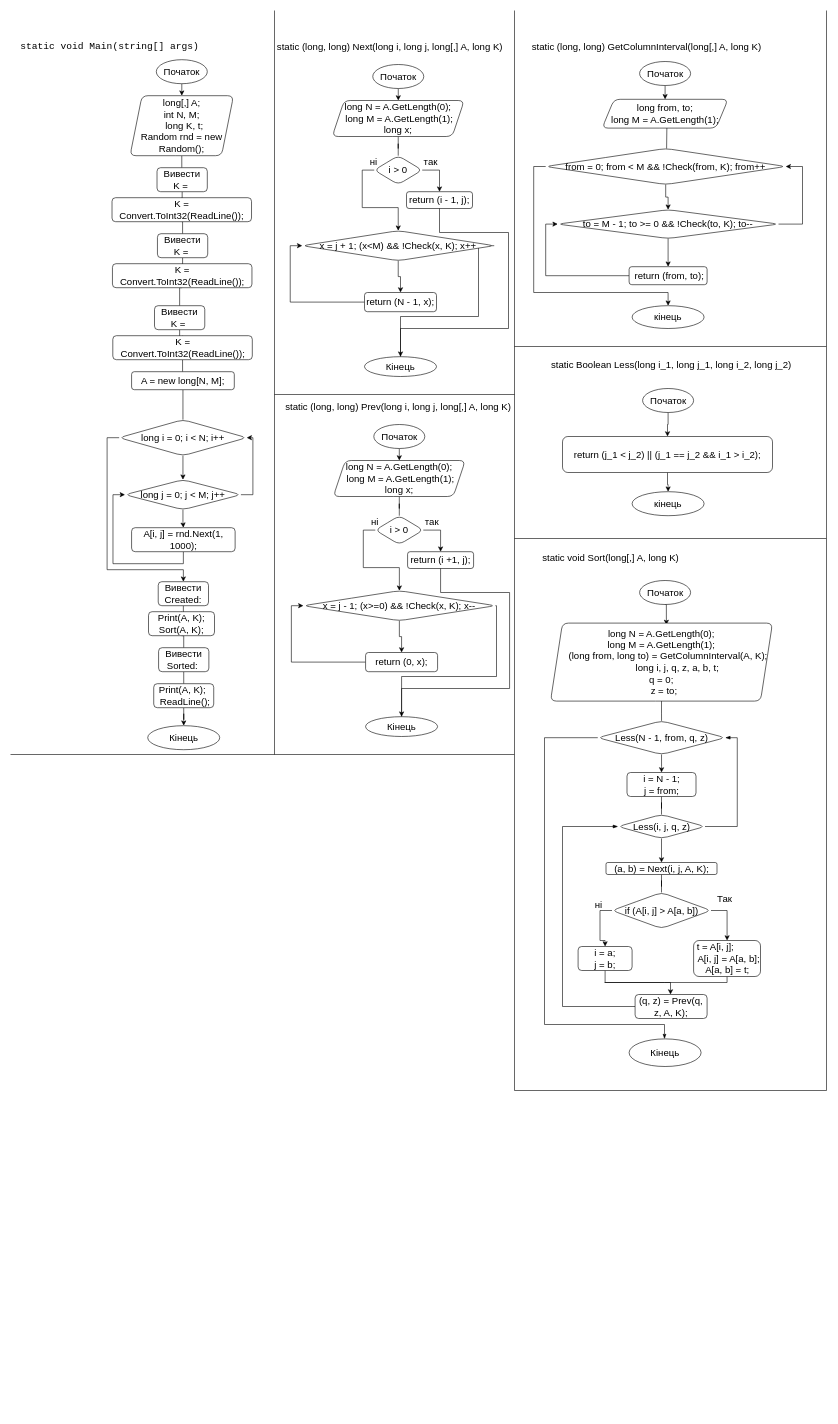
Before: laba_3/laba3.drawio in IKatiaI/ads-nahorna-kp13, a draw.io diagram. Source tidied: cells renumbered, new cells numbered last; positions are measured from the earlier drawing's top-left corner, leaving out a move shared by most shapes. Both pictures are drawn from the tidied source at 60%, with x=0, y=0 at pixel (10, 10).
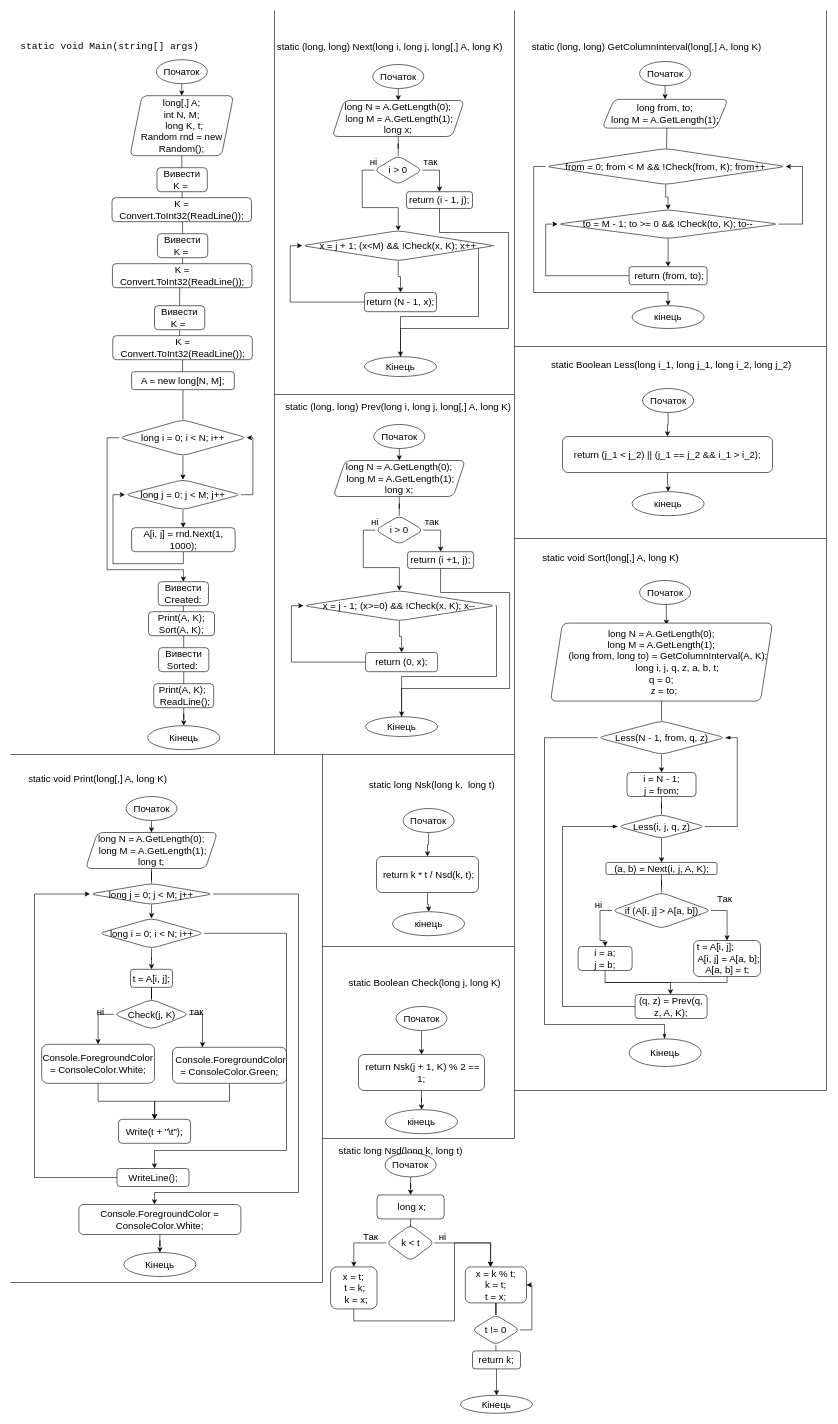
The same diagram, later.

What changed in the source:
```diff
@@
+    <mxCell id="133" value="static void Print(long[,] A, long K)" style="text;html=1;align=center;verticalAlign=middle;strokeColor=none;fillColor=none;fontSize=16;" parent="1" vertex="1">
+      <mxGeometry x="20" y="1270" width="250" height="20" as="geometry" />
+    </mxCell>
+    <mxCell id="134" style="edgeStyle=orthogonalEdgeStyle;rounded=0;jettySize=auto;html=1;exitX=0.5;exitY=1;exitDx=0;exitDy=0;fontSize=16;" parent="1" edge="1" source="135" target="137">
+      <mxGeometry relative="1" as="geometry">
+        <Array as="points">
+          <mxPoint x="235.5" y="1380" />
+          <mxPoint x="235.5" y="1380" />
+        </Array>
+      </mxGeometry>
+    </mxCell>
+    <mxCell id="135" value="Початок" style="ellipse;whiteSpace=wrap;html=1;fontSize=16;strokeWidth=1;" parent="1" vertex="1">
+      <mxGeometry x="192.5" y="1310" width="85" height="40" as="geometry" />
+    </mxCell>
+    <mxCell id="136" style="edgeStyle=orthogonalEdgeStyle;rounded=0;jettySize=auto;html=1;exitX=0.5;exitY=1;exitDx=0;exitDy=0;fontSize=16;endArrow=none;endFill=0;" parent="1" edge="1" source="137" target="155">
+      <mxGeometry relative="1" as="geometry" />
+    </mxCell>
+    <mxCell id="137" value="&lt;div&gt;&lt;div&gt;long N = A.GetLength(0);&lt;/div&gt;&lt;div&gt;&amp;nbsp;long M = A.GetLength(1);&lt;/div&gt;&lt;/div&gt;&lt;div&gt;long t;&lt;br&gt;&lt;/div&gt;" style="shape=parallelogram;perimeter=parallelogramPerimeter;whiteSpace=wrap;html=1;fixedSize=1;fontSize=16;strokeWidth=1;rounded=1;" parent="1" vertex="1">
+      <mxGeometry x="125" y="1370" width="220" height="60" as="geometry" />
+    </mxCell>
+    <mxCell id="138" style="edgeStyle=orthogonalEdgeStyle;rounded=0;jettySize=auto;html=1;exitX=0.5;exitY=1;exitDx=0;exitDy=0;fontSize=16;endArrow=classic;endFill=1;" parent="1" edge="1" source="140" target="142">
+      <mxGeometry relative="1" as="geometry" />
+    </mxCell>
+    <mxCell id="139" style="edgeStyle=orthogonalEdgeStyle;rounded=0;jettySize=auto;html=1;exitX=1;exitY=0.5;exitDx=0;exitDy=0;fontSize=16;endArrow=classic;endFill=1;" parent="1" edge="1" source="140" target="157">
+      <mxGeometry relative="1" as="geometry">
+        <Array as="points">
+          <mxPoint x="460" y="1538" />
+          <mxPoint x="460" y="1900" />
+          <mxPoint x="240" y="1900" />
+        </Array>
+      </mxGeometry>
+    </mxCell>
+    <mxCell id="140" value="long i = 0; i &amp;lt; N; i++" style="rhombus;whiteSpace=wrap;html=1;rounded=1;fontSize=16;strokeWidth=1;" parent="1" vertex="1">
+      <mxGeometry x="147.5" y="1513" width="175" height="50" as="geometry" />
+    </mxCell>
+    <mxCell id="141" style="edgeStyle=orthogonalEdgeStyle;rounded=0;jettySize=auto;html=1;exitX=0.5;exitY=1;exitDx=0;exitDy=0;fontSize=16;endArrow=none;endFill=0;" parent="1" edge="1" source="142" target="145">
+      <mxGeometry relative="1" as="geometry" />
+    </mxCell>
+    <mxCell id="142" value="t = A[i, j];" style="rounded=1;whiteSpace=wrap;html=1;fontSize=16;strokeWidth=1;" parent="1" vertex="1">
+      <mxGeometry x="200" y="1598" width="70" height="30" as="geometry" />
+    </mxCell>
+    <mxCell id="143" style="edgeStyle=orthogonalEdgeStyle;rounded=0;jettySize=auto;html=1;exitX=1;exitY=0.5;exitDx=0;exitDy=0;fontSize=16;endArrow=classic;endFill=1;" parent="1" edge="1" source="145" target="147">
+      <mxGeometry relative="1" as="geometry">
+        <Array as="points">
+          <mxPoint x="320" y="1673" />
+          <mxPoint x="320" y="1728" />
+        </Array>
+      </mxGeometry>
+    </mxCell>
+    <mxCell id="144" style="edgeStyle=orthogonalEdgeStyle;rounded=0;jettySize=auto;html=1;exitX=0;exitY=0.5;exitDx=0;exitDy=0;fontSize=16;endArrow=classic;endFill=1;" parent="1" edge="1" source="145" target="149">
+      <mxGeometry relative="1" as="geometry" />
+    </mxCell>
+    <mxCell id="145" value="Check(j, K)" style="rhombus;whiteSpace=wrap;html=1;rounded=1;fontSize=16;strokeWidth=1;" parent="1" vertex="1">
+      <mxGeometry x="172.5" y="1648" width="125" height="50" as="geometry" />
+    </mxCell>
+    <mxCell id="146" style="edgeStyle=orthogonalEdgeStyle;rounded=0;jettySize=auto;html=1;exitX=0.5;exitY=1;exitDx=0;exitDy=0;fontSize=16;endArrow=classic;endFill=1;" parent="1" edge="1" source="147" target="152">
+      <mxGeometry relative="1" as="geometry" />
+    </mxCell>
+    <mxCell id="147" value="&amp;nbsp;Console.ForegroundColor = ConsoleColor.Green;" style="rounded=1;whiteSpace=wrap;html=1;fontSize=16;strokeWidth=1;" parent="1" vertex="1">
+      <mxGeometry x="270" y="1728" width="190" height="60" as="geometry" />
+    </mxCell>
+    <mxCell id="148" style="edgeStyle=orthogonalEdgeStyle;rounded=0;jettySize=auto;html=1;exitX=0.5;exitY=1;exitDx=0;exitDy=0;fontSize=16;endArrow=classic;endFill=1;" parent="1" edge="1" source="149">
+      <mxGeometry relative="1" as="geometry">
+        <mxPoint x="240" y="1848" as="targetPoint" />
+      </mxGeometry>
+    </mxCell>
+    <mxCell id="149" value="Console.ForegroundColor = ConsoleColor.White;" style="rounded=1;whiteSpace=wrap;html=1;fontSize=16;strokeWidth=1;" parent="1" vertex="1">
+      <mxGeometry x="52" y="1723" width="188" height="65" as="geometry" />
+    </mxCell>
+    <mxCell id="150" value="так" style="text;html=1;align=center;verticalAlign=middle;strokeColor=none;fillColor=none;fontSize=16;" parent="1" vertex="1">
+      <mxGeometry x="290" y="1658" width="40" height="20" as="geometry" />
+    </mxCell>
+    <mxCell id="151" value="ні" style="text;html=1;align=center;verticalAlign=middle;strokeColor=none;fillColor=none;fontSize=16;" parent="1" vertex="1">
+      <mxGeometry x="135" y="1658" width="30" height="20" as="geometry" />
+    </mxCell>
+    <mxCell id="152" value="Write(t + &quot;\t&quot;);" style="rounded=1;whiteSpace=wrap;html=1;fontSize=16;strokeWidth=1;" parent="1" vertex="1">
+      <mxGeometry x="180.1" y="1848" width="120" height="40" as="geometry" />
+    </mxCell>
+    <mxCell id="153" style="edgeStyle=orthogonalEdgeStyle;rounded=0;jettySize=auto;html=1;exitX=0.5;exitY=1;exitDx=0;exitDy=0;entryX=0.5;entryY=0;entryDx=0;entryDy=0;fontSize=16;endArrow=classic;endFill=1;" parent="1" edge="1" source="155" target="140">
+      <mxGeometry relative="1" as="geometry" />
+    </mxCell>
+    <mxCell id="154" style="edgeStyle=orthogonalEdgeStyle;rounded=0;jettySize=auto;html=1;exitX=1;exitY=0.5;exitDx=0;exitDy=0;fontSize=16;endArrow=classic;endFill=1;" parent="1" edge="1" source="155" target="159">
+      <mxGeometry relative="1" as="geometry">
+        <Array as="points">
+          <mxPoint x="480" y="1473" />
+          <mxPoint x="480" y="1970" />
+          <mxPoint x="240" y="1970" />
+        </Array>
+      </mxGeometry>
+    </mxCell>
+    <mxCell id="155" value="long j = 0; j &amp;lt; M; j++" style="rhombus;whiteSpace=wrap;html=1;rounded=1;fontSize=16;strokeWidth=1;" parent="1" vertex="1">
+      <mxGeometry x="132.4" y="1455" width="205.2" height="35" as="geometry" />
+    </mxCell>
+    <mxCell id="156" style="edgeStyle=orthogonalEdgeStyle;rounded=0;jettySize=auto;html=1;exitX=0;exitY=0.5;exitDx=0;exitDy=0;entryX=0;entryY=0.5;entryDx=0;entryDy=0;fontSize=16;endArrow=classic;endFill=1;" parent="1" edge="1" source="157" target="155">
+      <mxGeometry relative="1" as="geometry">
+        <Array as="points">
+          <mxPoint x="40" y="1945" />
+          <mxPoint x="40" y="1473" />
+        </Array>
+      </mxGeometry>
+    </mxCell>
+    <mxCell id="157" value="WriteLine();" style="rounded=1;whiteSpace=wrap;html=1;fontSize=16;strokeWidth=1;" parent="1" vertex="1">
+      <mxGeometry x="177.5" y="1930" width="120" height="30" as="geometry" />
+    </mxCell>
+    <mxCell id="158" style="edgeStyle=orthogonalEdgeStyle;rounded=0;jettySize=auto;html=1;exitX=0.5;exitY=1;exitDx=0;exitDy=0;fontSize=16;endArrow=classic;endFill=1;" parent="1" edge="1" source="159" target="160">
+      <mxGeometry relative="1" as="geometry" />
+    </mxCell>
+    <mxCell id="159" value="Console.ForegroundColor = ConsoleColor.White;" style="rounded=1;whiteSpace=wrap;html=1;fontSize=16;strokeWidth=1;" parent="1" vertex="1">
+      <mxGeometry x="114" y="1990" width="270" height="50" as="geometry" />
+    </mxCell>
+    <mxCell id="160" value="Кінець" style="ellipse;whiteSpace=wrap;html=1;rounded=1;fontSize=16;strokeWidth=1;" parent="1" vertex="1">
+      <mxGeometry x="189" y="2070" width="120" height="40" as="geometry" />
+    </mxCell>
+    <mxCell id="161" style="endArrow=none;html=1;rounded=0;fontSize=16;" parent="1" edge="1">
+      <mxGeometry relative="1" as="geometry">
+        <mxPoint x="520" y="2120" as="sourcePoint" />
+        <mxPoint x="520" y="1240" as="targetPoint" />
+      </mxGeometry>
+    </mxCell>
+    <mxCell id="162" style="endArrow=none;html=1;rounded=0;fontSize=16;" parent="1" edge="1">
+      <mxGeometry relative="1" as="geometry">
+        <mxPoint y="2120" as="sourcePoint" />
+        <mxPoint x="520" y="2120" as="targetPoint" />
+      </mxGeometry>
+    </mxCell>
+    <mxCell id="163" value="static long Nsk(long k,&amp;nbsp; long t)" style="text;html=1;align=center;verticalAlign=middle;strokeColor=none;fillColor=none;fontSize=16;" parent="1" vertex="1">
+      <mxGeometry x="586.8" y="1280" width="230" height="20" as="geometry" />
+    </mxCell>
+    <mxCell id="164" style="edgeStyle=orthogonalEdgeStyle;rounded=0;jettySize=auto;html=1;exitX=0.5;exitY=1;exitDx=0;exitDy=0;fontSize=16;endArrow=classic;endFill=1;" parent="1" edge="1" source="165" target="167">
+      <mxGeometry relative="1" as="geometry" />
+    </mxCell>
+    <mxCell id="165" value="Початок" style="ellipse;whiteSpace=wrap;html=1;fontSize=16;strokeWidth=1;" parent="1" vertex="1">
+      <mxGeometry x="654.3" y="1330" width="85" height="40" as="geometry" />
+    </mxCell>
+    <mxCell id="166" style="edgeStyle=orthogonalEdgeStyle;rounded=0;jettySize=auto;html=1;exitX=0.5;exitY=1;exitDx=0;exitDy=0;fontSize=16;endArrow=classic;endFill=1;" parent="1" edge="1" source="167" target="168">
+      <mxGeometry relative="1" as="geometry" />
+    </mxCell>
+    <mxCell id="167" value="&amp;nbsp;return k * t / Nsd(k, t);" style="rounded=1;whiteSpace=wrap;html=1;fontSize=16;strokeWidth=1;" parent="1" vertex="1">
+      <mxGeometry x="610" y="1410" width="170" height="60" as="geometry" />
+    </mxCell>
+    <mxCell id="168" value="кінець" style="ellipse;whiteSpace=wrap;html=1;rounded=1;fontSize=16;strokeWidth=1;" parent="1" vertex="1">
+      <mxGeometry x="636.8" y="1502" width="120" height="40" as="geometry" />
+    </mxCell>
+    <mxCell id="169" value="static Boolean Check(long j, long K)" style="text;html=1;align=center;verticalAlign=middle;strokeColor=none;fillColor=none;fontSize=16;" parent="1" vertex="1">
+      <mxGeometry x="555" y="1610" width="270" height="20" as="geometry" />
+    </mxCell>
+    <mxCell id="170" style="edgeStyle=orthogonalEdgeStyle;rounded=0;jettySize=auto;html=1;exitX=0.5;exitY=1;exitDx=0;exitDy=0;fontSize=16;endArrow=classic;endFill=1;" parent="1" edge="1" source="171" target="173">
+      <mxGeometry relative="1" as="geometry" />
+    </mxCell>
+    <mxCell id="171" value="Початок" style="ellipse;whiteSpace=wrap;html=1;fontSize=16;strokeWidth=1;" parent="1" vertex="1">
+      <mxGeometry x="642.5" y="1660" width="85" height="40" as="geometry" />
+    </mxCell>
+    <mxCell id="172" style="edgeStyle=orthogonalEdgeStyle;rounded=0;jettySize=auto;html=1;exitX=0.5;exitY=1;exitDx=0;exitDy=0;fontSize=16;endArrow=classic;endFill=1;" parent="1" edge="1" source="173" target="174">
+      <mxGeometry relative="1" as="geometry" />
+    </mxCell>
+    <mxCell id="173" value="&amp;nbsp;return Nsk(j + 1, K) % 2 == 1;" style="rounded=1;whiteSpace=wrap;html=1;fontSize=16;strokeWidth=1;" parent="1" vertex="1">
+      <mxGeometry x="580" y="1740" width="210" height="60" as="geometry" />
+    </mxCell>
+    <mxCell id="174" value="кінець" style="ellipse;whiteSpace=wrap;html=1;rounded=1;fontSize=16;strokeWidth=1;" parent="1" vertex="1">
+      <mxGeometry x="625" y="1832" width="120" height="40" as="geometry" />
+    </mxCell>
+    <mxCell id="175" style="endArrow=none;html=1;rounded=0;fontSize=16;" parent="1" edge="1">
+      <mxGeometry relative="1" as="geometry">
+        <mxPoint x="520" y="1560" as="sourcePoint" />
+        <mxPoint x="840" y="1560" as="targetPoint" />
+      </mxGeometry>
+    </mxCell>
+    <mxCell id="176" style="endArrow=none;html=1;rounded=0;fontSize=16;" parent="1" edge="1">
+      <mxGeometry relative="1" as="geometry">
+        <mxPoint x="520" y="1880" as="sourcePoint" />
+        <mxPoint x="840" y="1880" as="targetPoint" />
+      </mxGeometry>
+    </mxCell>
+    <mxCell id="177" style="endArrow=none;html=1;rounded=0;fontSize=16;" parent="1" edge="1">
+      <mxGeometry relative="1" as="geometry">
+        <mxPoint x="840" y="1880" as="sourcePoint" />
+        <mxPoint x="840" y="1800" as="targetPoint" />
+      </mxGeometry>
+    </mxCell>
+    <mxCell id="178" value="static long Nsd(long k, long t)" style="text;html=1;align=center;verticalAlign=middle;strokeColor=none;fillColor=none;fontSize=16;" parent="1" vertex="1">
+      <mxGeometry x="540" y="1890" width="220" height="20" as="geometry" />
+    </mxCell>
+    <mxCell id="179" style="edgeStyle=orthogonalEdgeStyle;rounded=0;jettySize=auto;html=1;exitX=0.5;exitY=1;exitDx=0;exitDy=0;fontSize=16;endArrow=classic;endFill=1;" parent="1" edge="1" source="180" target="182">
+      <mxGeometry relative="1" as="geometry" />
+    </mxCell>
+    <mxCell id="180" value="Початок" style="ellipse;whiteSpace=wrap;html=1;fontSize=16;strokeWidth=1;" parent="1" vertex="1">
+      <mxGeometry x="624.3" y="1904" width="85" height="40" as="geometry" />
+    </mxCell>
+    <mxCell id="181" style="edgeStyle=orthogonalEdgeStyle;rounded=0;jettySize=auto;html=1;exitX=0.5;exitY=1;exitDx=0;exitDy=0;fontSize=16;endArrow=none;endFill=0;" parent="1" edge="1" source="182" target="185">
+      <mxGeometry relative="1" as="geometry" />
+    </mxCell>
+    <mxCell id="182" value="&amp;nbsp;long x;" style="rounded=1;whiteSpace=wrap;html=1;fontSize=16;strokeWidth=1;" parent="1" vertex="1">
+      <mxGeometry x="610.9" y="1974" width="111.8" height="40" as="geometry" />
+    </mxCell>
+    <mxCell id="183" style="edgeStyle=orthogonalEdgeStyle;rounded=0;jettySize=auto;html=1;exitX=0;exitY=0.5;exitDx=0;exitDy=0;fontSize=16;endArrow=classic;endFill=1;" parent="1" edge="1" source="185" target="187">
+      <mxGeometry relative="1" as="geometry" />
+    </mxCell>
+    <mxCell id="184" style="edgeStyle=orthogonalEdgeStyle;rounded=0;jettySize=auto;html=1;exitX=1;exitY=0.5;exitDx=0;exitDy=0;fontSize=16;endArrow=classic;endFill=1;" parent="1" edge="1" source="185">
+      <mxGeometry relative="1" as="geometry">
+        <mxPoint x="800" y="2094" as="targetPoint" />
+      </mxGeometry>
+    </mxCell>
+    <mxCell id="185" value="k &amp;lt; t" style="rhombus;whiteSpace=wrap;html=1;rounded=1;fontSize=16;strokeWidth=1;" parent="1" vertex="1">
+      <mxGeometry x="626.5" y="2024" width="80" height="60" as="geometry" />
+    </mxCell>
+    <mxCell id="186" style="edgeStyle=orthogonalEdgeStyle;rounded=0;jettySize=auto;html=1;exitX=0.5;exitY=1;exitDx=0;exitDy=0;fontSize=16;endArrow=classic;endFill=1;" parent="1" edge="1" source="187" target="190">
+      <mxGeometry relative="1" as="geometry">
+        <Array as="points">
+          <mxPoint x="572" y="2184" />
+          <mxPoint x="740" y="2184" />
+          <mxPoint x="740" y="2054" />
+          <mxPoint x="800" y="2054" />
+        </Array>
+      </mxGeometry>
+    </mxCell>
+    <mxCell id="187" value="&lt;div&gt;x = t;&lt;/div&gt;&lt;div&gt;&amp;nbsp;t = k;&lt;/div&gt;&lt;div&gt;&amp;nbsp; k = x;&lt;/div&gt;" style="rounded=1;whiteSpace=wrap;html=1;fontSize=16;strokeWidth=1;" parent="1" vertex="1">
+      <mxGeometry x="533.4" y="2094" width="77.5" height="70" as="geometry" />
+    </mxCell>
+    <mxCell id="188" value="Так" style="text;html=1;align=center;verticalAlign=middle;strokeColor=none;fillColor=none;fontSize=16;" parent="1" vertex="1">
+      <mxGeometry x="580" y="2034" width="40" height="20" as="geometry" />
+    </mxCell>
+    <mxCell id="189" style="edgeStyle=orthogonalEdgeStyle;rounded=0;jettySize=auto;html=1;exitX=0.5;exitY=1;exitDx=0;exitDy=0;fontSize=16;endArrow=none;endFill=0;" parent="1" edge="1" source="190" target="193">
+      <mxGeometry relative="1" as="geometry" />
+    </mxCell>
+    <mxCell id="190" value="&lt;div&gt;x = k % t;&lt;/div&gt;&lt;div&gt;k = t;&lt;/div&gt;&lt;div&gt;t = x;&lt;/div&gt;" style="rounded=1;whiteSpace=wrap;html=1;fontSize=16;strokeWidth=1;" parent="1" vertex="1">
+      <mxGeometry x="758" y="2094" width="102" height="60" as="geometry" />
+    </mxCell>
+    <mxCell id="191" style="edgeStyle=orthogonalEdgeStyle;rounded=0;jettySize=auto;html=1;exitX=1;exitY=0.5;exitDx=0;exitDy=0;entryX=1;entryY=0.5;entryDx=0;entryDy=0;fontSize=16;endArrow=classic;endFill=1;" parent="1" edge="1" source="193" target="190">
+      <mxGeometry relative="1" as="geometry" />
+    </mxCell>
+    <mxCell id="192" style="edgeStyle=orthogonalEdgeStyle;rounded=0;jettySize=auto;html=1;exitX=0.5;exitY=1;exitDx=0;exitDy=0;fontSize=16;endArrow=none;endFill=0;" parent="1" edge="1" source="193" target="196">
+      <mxGeometry relative="1" as="geometry" />
+    </mxCell>
+    <mxCell id="193" value="t != 0" style="rhombus;whiteSpace=wrap;html=1;rounded=1;fontSize=16;strokeWidth=1;" parent="1" vertex="1">
+      <mxGeometry x="769" y="2174" width="80" height="50" as="geometry" />
+    </mxCell>
+    <mxCell id="194" value="ні" style="text;html=1;align=center;verticalAlign=middle;strokeColor=none;fillColor=none;fontSize=16;" parent="1" vertex="1">
+      <mxGeometry x="705" y="2034" width="30" height="20" as="geometry" />
+    </mxCell>
+    <mxCell id="195" style="edgeStyle=orthogonalEdgeStyle;rounded=0;jettySize=auto;html=1;exitX=0.5;exitY=1;exitDx=0;exitDy=0;fontSize=16;endArrow=classic;endFill=1;" parent="1" edge="1" source="196" target="197">
+      <mxGeometry relative="1" as="geometry" />
+    </mxCell>
+    <mxCell id="196" value="return k;" style="rounded=1;whiteSpace=wrap;html=1;fontSize=16;strokeWidth=1;" parent="1" vertex="1">
+      <mxGeometry x="770" y="2234" width="80" height="30" as="geometry" />
+    </mxCell>
+    <mxCell id="197" value="Кінець" style="ellipse;whiteSpace=wrap;html=1;rounded=1;fontSize=16;strokeWidth=1;" parent="1" vertex="1">
+      <mxGeometry x="750" y="2308" width="120" height="30" as="geometry" />
+    </mxCell>
```
